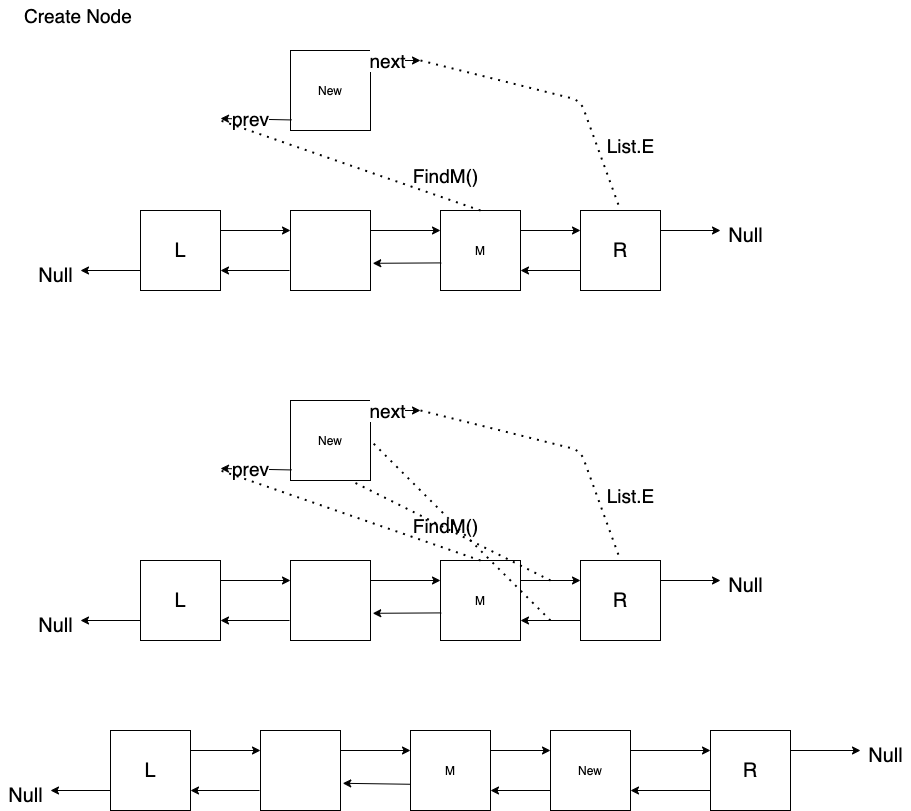
stevengogogo/DSA-WastonAbili keeps this draw.io diagram as img/Enter.png. Above is the earlier version. Source tidied: cells renumbered, new cells last; positions are measured from the earlier drawing's top-left corner, leaving out a move shared by most shapes.
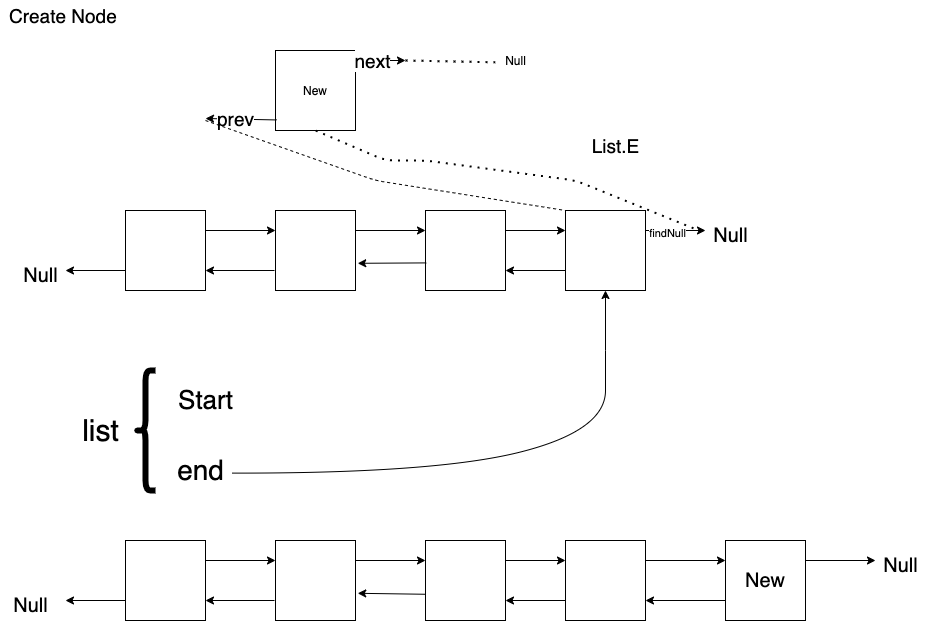
After the change.

Change to the diagram source:
```diff
@@ -3,13 +3,13 @@
     <mxCell id="0" />
     <mxCell id="1" parent="0" />
     <mxCell id="2" style="whiteSpace=wrap;html=1;" parent="1" vertex="1">
-      <mxGeometry x="260" y="730" width="80" height="80" as="geometry" />
+      <mxGeometry x="290" y="540" width="80" height="80" as="geometry" />
     </mxCell>
-    <mxCell id="3" value="M" style="whiteSpace=wrap;html=1;" parent="1" vertex="1">
-      <mxGeometry x="410" y="730" width="80" height="80" as="geometry" />
+    <mxCell id="3" style="whiteSpace=wrap;html=1;" parent="1" vertex="1">
+      <mxGeometry x="440" y="540" width="80" height="80" as="geometry" />
     </mxCell>
-    <mxCell id="4" value="New" style="whiteSpace=wrap;html=1;" parent="1" vertex="1">
-      <mxGeometry x="550" y="730" width="80" height="80" as="geometry" />
+    <mxCell id="4" style="whiteSpace=wrap;html=1;" parent="1" vertex="1">
+      <mxGeometry x="580" y="540" width="80" height="80" as="geometry" />
     </mxCell>
     <mxCell id="5" style="endArrow=classic;html=1;exitX=1;exitY=0.25;exitDx=0;exitDy=0;entryX=0;entryY=0.25;entryDx=0;entryDy=0;" parent="1" edge="1" source="3" target="4">
       <mxGeometry relative="1" as="geometry" />
@@ -23,18 +23,18 @@
     <mxCell id="8" style="endArrow=classic;html=1;entryX=1.028;entryY=0.66;entryDx=0;entryDy=0;entryPerimeter=0;exitX=-0.003;exitY=0.672;exitDx=0;exitDy=0;exitPerimeter=0;" parent="1" edge="1" source="3" target="2">
       <mxGeometry relative="1" as="geometry" />
     </mxCell>
-    <mxCell id="9" value="&lt;font style=&quot;font-size: 20px&quot;&gt;L&lt;/font&gt;" style="whiteSpace=wrap;html=1;fontSize=20;" parent="1" vertex="1">
-      <mxGeometry x="110" y="730" width="80" height="80" as="geometry" />
+    <mxCell id="9" style="whiteSpace=wrap;html=1;fontSize=20;" parent="1" vertex="1">
+      <mxGeometry x="140" y="540" width="80" height="80" as="geometry" />
     </mxCell>
-    <mxCell id="10" value="&lt;font style=&quot;font-size: 20px&quot;&gt;R&lt;/font&gt;" style="whiteSpace=wrap;html=1;fontSize=20;" parent="1" vertex="1">
-      <mxGeometry x="710" y="730" width="80" height="80" as="geometry" />
+    <mxCell id="10" value="New" style="whiteSpace=wrap;html=1;fontSize=20;" parent="1" vertex="1">
+      <mxGeometry x="740" y="540" width="80" height="80" as="geometry" />
     </mxCell>
     <mxCell id="11" style="endArrow=classic;html=1;fontSize=20;exitX=1;exitY=0.25;exitDx=0;exitDy=0;entryX=0;entryY=0.25;entryDx=0;entryDy=0;" parent="1" edge="1" source="9" target="2">
       <mxGeometry relative="1" as="geometry" />
     </mxCell>
     <mxCell id="12" style="endArrow=classic;html=1;fontSize=20;entryX=1;entryY=0.75;entryDx=0;entryDy=0;" parent="1" edge="1" target="9">
       <mxGeometry relative="1" as="geometry">
-        <mxPoint x="259" y="790" as="sourcePoint" />
+        <mxPoint x="289" y="600" as="sourcePoint" />
       </mxGeometry>
     </mxCell>
     <mxCell id="13" style="endArrow=classic;html=1;fontSize=20;exitX=1;exitY=0.25;exitDx=0;exitDy=0;entryX=0;entryY=0.25;entryDx=0;entryDy=0;" parent="1" edge="1" source="4" target="10">
@@ -45,24 +45,24 @@
     </mxCell>
     <mxCell id="15" style="endArrow=classic;html=1;fontSize=20;exitX=0;exitY=0.75;exitDx=0;exitDy=0;" parent="1" edge="1" source="9">
       <mxGeometry relative="1" as="geometry">
-        <mxPoint x="50" y="790" as="targetPoint" />
+        <mxPoint x="80" y="600" as="targetPoint" />
       </mxGeometry>
     </mxCell>
     <mxCell id="16" style="endArrow=classic;html=1;fontSize=20;exitX=1;exitY=0.25;exitDx=0;exitDy=0;" parent="1" edge="1" source="10">
       <mxGeometry relative="1" as="geometry">
-        <mxPoint x="860" y="750" as="targetPoint" />
+        <mxPoint x="890" y="560" as="targetPoint" />
       </mxGeometry>
     </mxCell>
     <mxCell id="17" value="Null" style="text;html=1;align=center;verticalAlign=middle;fontSize=20;" parent="1" vertex="1">
-      <mxGeometry x="860" y="740" width="50" height="30" as="geometry" />
+      <mxGeometry x="890" y="550" width="50" height="30" as="geometry" />
     </mxCell>
     <mxCell id="18" value="Null" style="text;html=1;align=center;verticalAlign=middle;fontSize=20;" parent="1" vertex="1">
-      <mxGeometry y="780" width="50" height="30" as="geometry" />
+      <mxGeometry x="20" y="590" width="50" height="30" as="geometry" />
     </mxCell>
     <mxCell id="19" style="whiteSpace=wrap;html=1;" parent="1" vertex="1">
       <mxGeometry x="290" y="210" width="80" height="80" as="geometry" />
     </mxCell>
-    <mxCell id="20" value="M" style="whiteSpace=wrap;html=1;" parent="1" vertex="1">
+    <mxCell id="20" style="whiteSpace=wrap;html=1;" parent="1" vertex="1">
       <mxGeometry x="440" y="210" width="80" height="80" as="geometry" />
     </mxCell>
     <mxCell id="21" style="endArrow=classic;html=1;exitX=1;exitY=0.25;exitDx=0;exitDy=0;entryX=0;entryY=0.25;entryDx=0;entryDy=0;" parent="1" edge="1" source="19" target="20">
@@ -71,10 +71,10 @@
     <mxCell id="22" style="endArrow=classic;html=1;entryX=1.028;entryY=0.66;entryDx=0;entryDy=0;entryPerimeter=0;exitX=0.01;exitY=0.655;exitDx=0;exitDy=0;exitPerimeter=0;" parent="1" edge="1" source="20" target="19">
       <mxGeometry relative="1" as="geometry" />
     </mxCell>
-    <mxCell id="23" value="&lt;font style=&quot;font-size: 20px&quot;&gt;L&lt;/font&gt;" style="whiteSpace=wrap;html=1;fontSize=20;" parent="1" vertex="1">
+    <mxCell id="23" style="whiteSpace=wrap;html=1;fontSize=20;" parent="1" vertex="1">
       <mxGeometry x="140" y="210" width="80" height="80" as="geometry" />
     </mxCell>
-    <mxCell id="24" value="&lt;font style=&quot;font-size: 20px&quot;&gt;R&lt;/font&gt;" style="whiteSpace=wrap;html=1;fontSize=20;" parent="1" vertex="1">
+    <mxCell id="24" style="whiteSpace=wrap;html=1;fontSize=20;" parent="1" vertex="1">
       <mxGeometry x="580" y="210" width="80" height="80" as="geometry" />
     </mxCell>
     <mxCell id="25" style="endArrow=classic;html=1;fontSize=20;exitX=1;exitY=0.25;exitDx=0;exitDy=0;entryX=0;entryY=0.25;entryDx=0;entryDy=0;" parent="1" edge="1" source="23" target="19">
@@ -101,6 +101,9 @@
         <mxPoint x="720" y="230" as="targetPoint" />
       </mxGeometry>
     </mxCell>
+    <mxCell id="68" value="findNull" style="edgeLabel;html=1;align=center;verticalAlign=middle;" parent="30" vertex="1">
+      <mxGeometry x="-0.31" y="-2" relative="1" as="geometry" />
+    </mxCell>
     <mxCell id="31" value="Null" style="text;html=1;align=center;verticalAlign=middle;points=[];fontSize=20;" parent="1" vertex="1">
       <mxGeometry x="720" y="220" width="50" height="30" as="geometry" />
     </mxCell>
@@ -130,121 +133,54 @@
     <mxCell id="38" value="prev" style="edgeLabel;html=1;align=center;verticalAlign=middle;fontSize=19;" parent="37" vertex="1">
       <mxGeometry x="0.18" y="-1" relative="1" as="geometry" />
     </mxCell>
-    <mxCell id="39" style="endArrow=none;dashed=1;html=1;dashPattern=1 3;strokeWidth=2;fontSize=19;entryX=0.5;entryY=0;entryDx=0;entryDy=0;" parent="1" edge="1" target="24">
-      <mxGeometry relative="1" as="geometry">
-        <mxPoint x="420" y="60" as="sourcePoint" />
-        <Array as="points">
-          <mxPoint x="580" y="100" />
-        </Array>
-      </mxGeometry>
-    </mxCell>
-    <mxCell id="40" style="endArrow=none;dashed=1;html=1;dashPattern=1 3;strokeWidth=2;fontSize=19;exitX=0.5;exitY=0;exitDx=0;exitDy=0;" parent="1" edge="1" source="20">
-      <mxGeometry relative="1" as="geometry">
-        <mxPoint x="220" y="120" as="targetPoint" />
-      </mxGeometry>
-    </mxCell>
-    <mxCell id="41" value="FindM()" style="text;html=1;align=center;verticalAlign=middle;fontSize=19;" parent="1" vertex="1">
-      <mxGeometry x="405" y="160" width="80" height="30" as="geometry" />
-    </mxCell>
     <mxCell id="42" value="List.E" style="text;html=1;align=center;verticalAlign=middle;fontSize=19;" parent="1" vertex="1">
       <mxGeometry x="600" y="130" width="60" height="30" as="geometry" />
     </mxCell>
-    <mxCell id="43" style="whiteSpace=wrap;html=1;" parent="1" vertex="1">
-      <mxGeometry x="290" y="560" width="80" height="80" as="geometry" />
-    </mxCell>
-    <mxCell id="44" value="M" style="whiteSpace=wrap;html=1;" parent="1" vertex="1">
-      <mxGeometry x="440" y="560" width="80" height="80" as="geometry" />
-    </mxCell>
-    <mxCell id="45" style="endArrow=classic;html=1;exitX=1;exitY=0.25;exitDx=0;exitDy=0;entryX=0;entryY=0.25;entryDx=0;entryDy=0;" parent="1" edge="1" source="43" target="44">
-      <mxGeometry relative="1" as="geometry" />
-    </mxCell>
-    <mxCell id="46" style="endArrow=classic;html=1;entryX=1.028;entryY=0.66;entryDx=0;entryDy=0;entryPerimeter=0;exitX=0.01;exitY=0.655;exitDx=0;exitDy=0;exitPerimeter=0;" parent="1" edge="1" source="44" target="43">
-      <mxGeometry relative="1" as="geometry" />
-    </mxCell>
-    <mxCell id="47" value="&lt;font style=&quot;font-size: 20px&quot;&gt;L&lt;/font&gt;" style="whiteSpace=wrap;html=1;fontSize=20;" parent="1" vertex="1">
-      <mxGeometry x="140" y="560" width="80" height="80" as="geometry" />
-    </mxCell>
-    <mxCell id="48" value="&lt;font style=&quot;font-size: 20px&quot;&gt;R&lt;/font&gt;" style="whiteSpace=wrap;html=1;fontSize=20;" parent="1" vertex="1">
-      <mxGeometry x="580" y="560" width="80" height="80" as="geometry" />
-    </mxCell>
-    <mxCell id="49" style="endArrow=classic;html=1;fontSize=20;exitX=1;exitY=0.25;exitDx=0;exitDy=0;entryX=0;entryY=0.25;entryDx=0;entryDy=0;" parent="1" edge="1" source="47" target="43">
-      <mxGeometry relative="1" as="geometry" />
-    </mxCell>
-    <mxCell id="50" style="endArrow=classic;html=1;fontSize=20;entryX=1;entryY=0.75;entryDx=0;entryDy=0;" parent="1" edge="1" target="47">
-      <mxGeometry relative="1" as="geometry">
-        <mxPoint x="289" y="620" as="sourcePoint" />
-      </mxGeometry>
-    </mxCell>
-    <mxCell id="51" style="endArrow=classic;html=1;fontSize=20;exitX=1;exitY=0.25;exitDx=0;exitDy=0;entryX=0;entryY=0.25;entryDx=0;entryDy=0;" parent="1" edge="1" source="44" target="48">
-      <mxGeometry relative="1" as="geometry" />
-    </mxCell>
-    <mxCell id="52" style="endArrow=classic;html=1;fontSize=20;entryX=1;entryY=0.75;entryDx=0;entryDy=0;exitX=0;exitY=0.75;exitDx=0;exitDy=0;" parent="1" edge="1" source="48" target="44">
-      <mxGeometry relative="1" as="geometry" />
-    </mxCell>
-    <mxCell id="53" style="endArrow=classic;html=1;fontSize=20;exitX=0;exitY=0.75;exitDx=0;exitDy=0;" parent="1" edge="1" source="47">
-      <mxGeometry relative="1" as="geometry">
-        <mxPoint x="80" y="620" as="targetPoint" />
-      </mxGeometry>
-    </mxCell>
-    <mxCell id="54" style="endArrow=classic;html=1;fontSize=20;exitX=1;exitY=0.25;exitDx=0;exitDy=0;" parent="1" edge="1" source="48">
-      <mxGeometry relative="1" as="geometry">
-        <mxPoint x="720" y="580" as="targetPoint" />
-      </mxGeometry>
-    </mxCell>
-    <mxCell id="55" value="Null" style="text;html=1;align=center;verticalAlign=middle;fontSize=20;" parent="1" vertex="1">
-      <mxGeometry x="720" y="570" width="50" height="30" as="geometry" />
-    </mxCell>
-    <mxCell id="56" value="Null" style="text;html=1;align=center;verticalAlign=middle;fontSize=20;" parent="1" vertex="1">
-      <mxGeometry x="30" y="610" width="50" height="30" as="geometry" />
-    </mxCell>
-    <mxCell id="57" value="New" style="whiteSpace=wrap;html=1;" parent="1" vertex="1">
-      <mxGeometry x="290" y="400" width="80" height="80" as="geometry" />
-    </mxCell>
-    <mxCell id="58" style="endArrow=classic;html=1;fontSize=19;" parent="1" edge="1">
-      <mxGeometry relative="1" as="geometry">
-        <mxPoint x="370" y="410" as="sourcePoint" />
-        <mxPoint x="420" y="410" as="targetPoint" />
-      </mxGeometry>
-    </mxCell>
-    <mxCell id="59" value="next" style="edgeLabel;html=1;align=center;verticalAlign=middle;fontSize=19;" parent="58" vertex="1">
-      <mxGeometry x="-0.35" y="1" relative="1" as="geometry" />
-    </mxCell>
-    <mxCell id="60" style="endArrow=classic;html=1;fontSize=19;exitX=0.013;exitY=0.868;exitDx=0;exitDy=0;exitPerimeter=0;" parent="1" edge="1" source="57">
-      <mxGeometry relative="1" as="geometry">
-        <mxPoint x="220" y="468" as="targetPoint" />
-      </mxGeometry>
-    </mxCell>
-    <mxCell id="61" value="prev" style="edgeLabel;html=1;align=center;verticalAlign=middle;fontSize=19;" parent="60" vertex="1">
-      <mxGeometry x="0.18" y="-1" relative="1" as="geometry" />
-    </mxCell>
-    <mxCell id="62" style="endArrow=none;dashed=1;html=1;dashPattern=1 3;strokeWidth=2;fontSize=19;entryX=0.5;entryY=0;entryDx=0;entryDy=0;" parent="1" edge="1" target="48">
-      <mxGeometry relative="1" as="geometry">
-        <mxPoint x="420" y="410" as="sourcePoint" />
-        <Array as="points">
-          <mxPoint x="580" y="450" />
-        </Array>
-      </mxGeometry>
-    </mxCell>
-    <mxCell id="63" style="endArrow=none;dashed=1;html=1;dashPattern=1 3;strokeWidth=2;fontSize=19;exitX=0.5;exitY=0;exitDx=0;exitDy=0;" parent="1" edge="1" source="44">
-      <mxGeometry relative="1" as="geometry">
-        <mxPoint x="220" y="470" as="targetPoint" />
-      </mxGeometry>
-    </mxCell>
-    <mxCell id="64" value="FindM()" style="text;html=1;align=center;verticalAlign=middle;fontSize=19;" parent="1" vertex="1">
-      <mxGeometry x="405" y="510" width="80" height="30" as="geometry" />
-    </mxCell>
-    <mxCell id="65" value="List.E" style="text;html=1;align=center;verticalAlign=middle;fontSize=19;" parent="1" vertex="1">
-      <mxGeometry x="600" y="480" width="60" height="30" as="geometry" />
-    </mxCell>
-    <mxCell id="66" style="endArrow=none;dashed=1;html=1;dashPattern=1 3;strokeWidth=2;fontSize=19;entryX=0.75;entryY=1;entryDx=0;entryDy=0;" parent="1" edge="1" target="57">
-      <mxGeometry relative="1" as="geometry">
-        <mxPoint x="550" y="580" as="sourcePoint" />
-      </mxGeometry>
-    </mxCell>
-    <mxCell id="67" style="endArrow=none;dashed=1;html=1;dashPattern=1 3;strokeWidth=2;fontSize=19;entryX=1;entryY=0.5;entryDx=0;entryDy=0;" parent="1" edge="1" target="57">
-      <mxGeometry relative="1" as="geometry">
-        <mxPoint x="550" y="620" as="sourcePoint" />
-      </mxGeometry>
-    </mxCell>
+    <mxCell id="69" style="endArrow=none;dashed=1;html=1;dashPattern=1 3;strokeWidth=2;exitX=-0.092;exitY=0.36;exitDx=0;exitDy=0;exitPerimeter=0;entryX=0.5;entryY=1;entryDx=0;entryDy=0;" parent="1" edge="1" source="31" target="33">
+      <mxGeometry relative="1" as="geometry">
+        <Array as="points">
+          <mxPoint x="590" y="180" />
+          <mxPoint x="440" y="160" />
+          <mxPoint x="400" y="160" />
+        </Array>
+      </mxGeometry>
+    </mxCell>
+    <mxCell id="70" value="Null" style="text;html=1;align=center;verticalAlign=middle;points=[];" parent="1" vertex="1">
+      <mxGeometry x="510" y="50" width="40" height="20" as="geometry" />
+    </mxCell>
+    <mxCell id="71" style="endArrow=none;dashed=1;html=1;dashPattern=1 3;strokeWidth=2;entryX=-0.005;entryY=0.59;entryDx=0;entryDy=0;entryPerimeter=0;" parent="1" edge="1" target="70">
+      <mxGeometry relative="1" as="geometry">
+        <mxPoint x="420" y="60" as="sourcePoint" />
+      </mxGeometry>
+    </mxCell>
+    <mxCell id="72" value="list" style="text;html=1;align=center;verticalAlign=middle;fontSize=30;" parent="1" vertex="1">
+      <mxGeometry x="90" y="410" width="50" height="40" as="geometry" />
+    </mxCell>
+    <mxCell id="73" style="shape=curlyBracket;whiteSpace=wrap;html=1;rounded=1;strokeWidth=6;fontSize=30;" parent="1" vertex="1">
+      <mxGeometry x="150" y="370" width="20" height="120" as="geometry" />
+    </mxCell>
+    <mxCell id="74" value="Start" style="text;html=1;align=center;verticalAlign=middle;fontSize=26;" parent="1" vertex="1">
+      <mxGeometry x="185" y="380" width="70" height="40" as="geometry" />
+    </mxCell>
+    <mxCell id="75" value="end" style="text;html=1;align=center;verticalAlign=middle;points=[];fontSize=28;" parent="1" vertex="1">
+      <mxGeometry x="185" y="450" width="60" height="40" as="geometry" />
+    </mxCell>
+    <mxCell id="76" style="endArrow=none;dashed=1;html=1;entryX=0;entryY=0;entryDx=0;entryDy=0;" parent="1" edge="1" target="24">
+      <mxGeometry relative="1" as="geometry">
+        <mxPoint x="220" y="120" as="sourcePoint" />
+        <Array as="points">
+          <mxPoint x="390" y="180" />
+        </Array>
+      </mxGeometry>
+    </mxCell>
+    <mxCell id="77" style="curved=1;endArrow=classic;html=1;exitX=1.03;exitY=0.565;exitDx=0;exitDy=0;exitPerimeter=0;entryX=0.5;entryY=1;entryDx=0;entryDy=0;" parent="1" edge="1" source="75" target="24">
+      <mxGeometry relative="1" as="geometry">
+        <Array as="points">
+          <mxPoint x="450" y="473" />
+          <mxPoint x="620" y="430" />
+          <mxPoint x="620" y="350" />
+        </Array>
+      </mxGeometry>
+    </mxCell>
   </root>
 </mxGraphModel>
```
